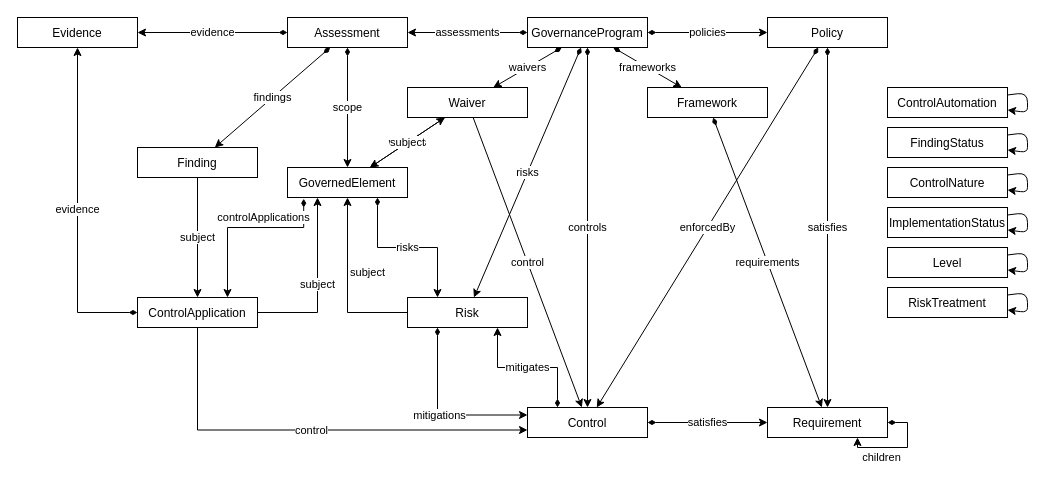
This is model/governance.drawio from Nasdanika-Models/governance, a draw.io file, before an edit. Source tidied: cells renumbered, new cells numbered last; positions are measured from the earlier drawing's top-left corner, leaving out a move shared by most shapes. Both pictures are drawn from the tidied source at 100%, with x=0, y=0 at pixel (17, 17).
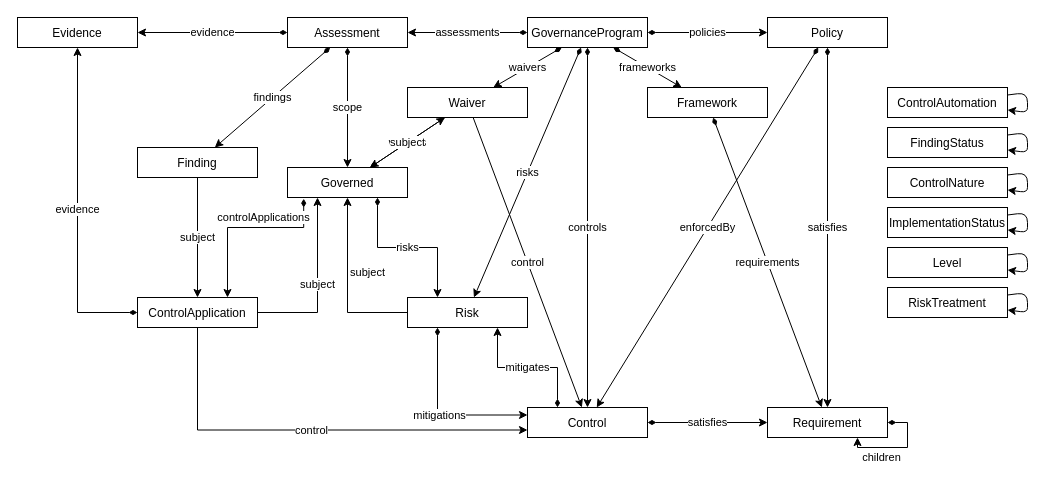
After the change.

What changed in the source:
```diff
@@
-    <mxCell id="44" value="GovernedElement" parent="1" vertex="1">
+    <mxCell id="44" value="Governed" parent="1" vertex="1">
       <mxGeometry x="270" y="150" width="120" height="30" as="geometry" />
     </mxCell>
```
